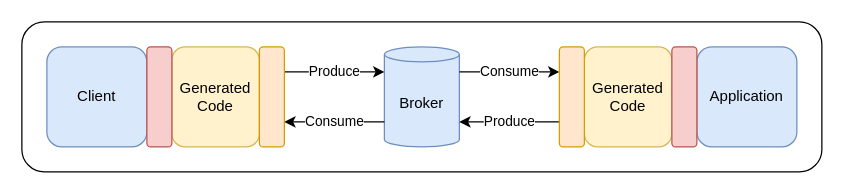
The draw.io diagram assets/with-codegen-schema.drawio in lerenn/asyncapi-codegen, before the edit. Source tidied: cells renumbered, new cells numbered last; positions are measured from the earlier drawing's top-left corner, leaving out a move shared by most shapes. Both pictures are drawn from the tidied source at 125%, with x=0, y=0 at pixel (21, 21).
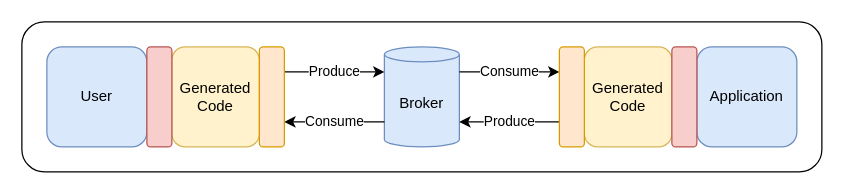
After the change.

What changed in the source:
```diff
@@
 <mxGraphModel>
   <root>
     <mxCell id="0" />
     <mxCell id="1" parent="0" />
     <mxCell id="2" style="rounded=1;whiteSpace=wrap;html=1;" parent="1" vertex="1">
       <mxGeometry width="640" height="120" as="geometry" />
     </mxCell>
-    <mxCell id="3" value="Client" style="rounded=1;whiteSpace=wrap;html=1;fillColor=#dae8fc;strokeColor=#6c8ebf;" parent="1" vertex="1">
+    <mxCell id="3" value="User" style="rounded=1;whiteSpace=wrap;html=1;fillColor=#dae8fc;strokeColor=#6c8ebf;" parent="1" vertex="1">
       <mxGeometry x="20" y="20" width="80" height="80" as="geometry" />
     </mxCell>
     <mxCell id="4" value="Application" style="rounded=1;whiteSpace=wrap;html=1;fillColor=#dae8fc;strokeColor=#6c8ebf;" parent="1" vertex="1">
       <mxGeometry x="540" y="20" width="80" height="80" as="geometry" />
     </mxCell>
     <mxCell id="5" value="Broker" style="shape=cylinder3;whiteSpace=wrap;html=1;boundedLbl=1;backgroundOutline=1;size=6;fillColor=#dae8fc;strokeColor=#6c8ebf;" parent="1" vertex="1">
       <mxGeometry x="290" y="20" width="60" height="80" as="geometry" />
     </mxCell>
     <mxCell id="6" value="Produce" style="endArrow=classic;html=1;" parent="1" edge="1">
       <mxGeometry relative="1" as="geometry">
         <mxPoint x="210" y="40" as="sourcePoint" />
         <mxPoint x="290" y="40" as="targetPoint" />
       </mxGeometry>
     </mxCell>
     <mxCell id="7" value="Produce" style="endArrow=classic;html=1;" parent="1" edge="1">
       <mxGeometry relative="1" as="geometry">
         <mxPoint x="430" y="80" as="sourcePoint" />
         <mxPoint x="350" y="80" as="targetPoint" />
       </mxGeometry>
     </mxCell>
     <mxCell id="8" value="Consume" style="endArrow=classic;html=1;" parent="1" edge="1">
       <mxGeometry relative="1" as="geometry">
         <mxPoint x="350" y="40" as="sourcePoint" />
         <mxPoint x="430" y="40" as="targetPoint" />
       </mxGeometry>
     </mxCell>
     <mxCell id="9" value="Consume" style="endArrow=classic;html=1;" parent="1" edge="1">
       <mxGeometry relative="1" as="geometry">
         <mxPoint x="290" y="80" as="sourcePoint" />
         <mxPoint x="210" y="80" as="targetPoint" />
       </mxGeometry>
     </mxCell>
     <mxCell id="10" value="Generated&lt;br&gt;Code" style="rounded=1;whiteSpace=wrap;html=1;fillColor=#FFF2CC;strokeColor=#d6b656;" parent="1" vertex="1">
       <mxGeometry x="120" y="20" width="70" height="80" as="geometry" />
     </mxCell>
     <mxCell id="11" value="Generated&lt;br&gt;Code" style="rounded=1;whiteSpace=wrap;html=1;fillColor=#fff2cc;strokeColor=#d6b656;" parent="1" vertex="1">
       <mxGeometry x="450" y="20" width="70" height="80" as="geometry" />
     </mxCell>
     <mxCell id="12" style="rounded=1;whiteSpace=wrap;html=1;fillColor=#f8cecc;strokeColor=#b85450;" parent="1" vertex="1">
       <mxGeometry x="100" y="20" width="20" height="80" as="geometry" />
     </mxCell>
     <mxCell id="13" style="rounded=1;whiteSpace=wrap;html=1;fillColor=#f8cecc;strokeColor=#b85450;" parent="1" vertex="1">
       <mxGeometry x="520" y="20" width="20" height="80" as="geometry" />
     </mxCell>
     <mxCell id="14" style="rounded=1;whiteSpace=wrap;html=1;fillColor=#ffe6cc;strokeColor=#d79b00;gradientDirection=west;" parent="1" vertex="1">
       <mxGeometry x="190" y="20" width="20" height="80" as="geometry" />
     </mxCell>
     <mxCell id="15" style="rounded=1;whiteSpace=wrap;html=1;fillColor=#ffe6cc;strokeColor=#d79b00;gradientDirection=east;" parent="1" vertex="1">
       <mxGeometry x="430" y="20" width="20" height="80" as="geometry" />
     </mxCell>
   </root>
 </mxGraphModel>
```
